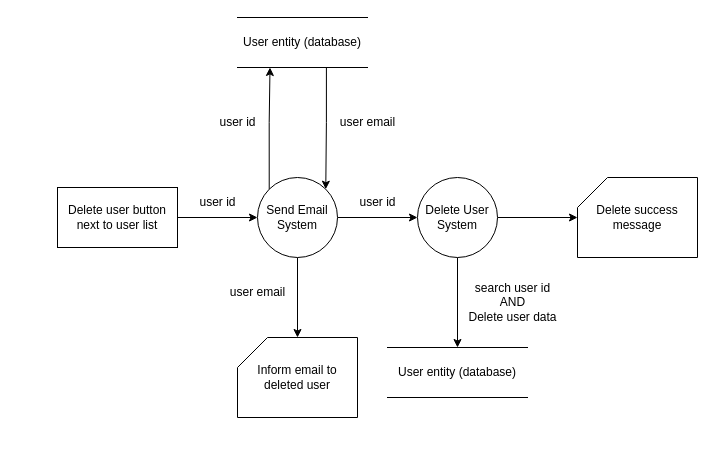
Earlier version of the draw.io diagram DFD/AdminDeleteUser.drawio (DonaldLamNL/buzzer). Source tidied: cells renumbered, new cells numbered last; positions are measured from the earlier drawing's top-left corner, leaving out a move shared by most shapes. Both pictures are drawn from the tidied source at 100%, with x=0, y=0 at pixel (57, 17).
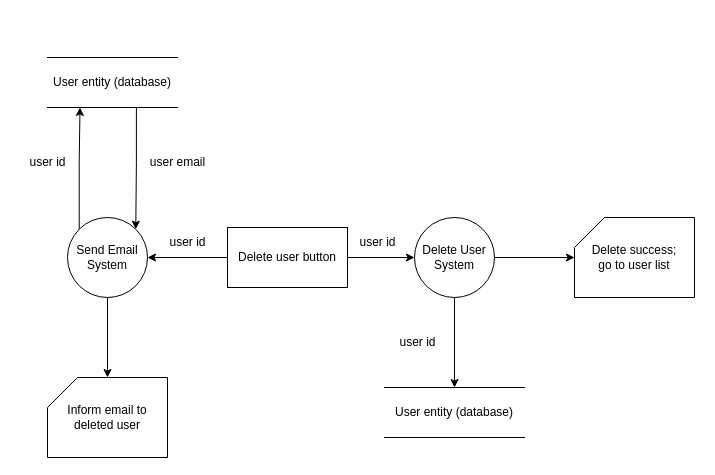
The same page after the edit.

Change to the diagram source:
```diff
@@
-    <mxCell id="2" style="edgeStyle=orthogonalEdgeStyle;rounded=0;jettySize=auto;html=1;exitX=1;exitY=0.5;exitDx=0;exitDy=0;entryX=0;entryY=0.5;entryDx=0;entryDy=0;" parent="1" edge="1" source="3" target="8">
-      <mxGeometry relative="1" as="geometry" />
-    </mxCell>
-    <mxCell id="3" value="Delete user button next to user list" style="rounded=0;whiteSpace=wrap;html=1;" parent="1" vertex="1">
-      <mxGeometry y="170" width="120" height="60" as="geometry" />
-    </mxCell>
@@
-    <mxCell id="6" style="edgeStyle=orthogonalEdgeStyle;rounded=0;jettySize=auto;html=1;exitX=1;exitY=0.5;exitDx=0;exitDy=0;entryX=0;entryY=0.5;entryDx=0;entryDy=0;" parent="1" edge="1" source="8" target="15">
+    <mxCell id="6" style="edgeStyle=orthogonalEdgeStyle;rounded=0;jettySize=auto;html=1;exitX=1;exitY=0.5;exitDx=0;exitDy=0;entryX=0;entryY=0.5;entryDx=0;entryDy=0;startArrow=none;" parent="1" edge="1" source="3" target="15">
       <mxGeometry relative="1" as="geometry" />
     </mxCell>
@@
     <mxCell id="8" value="Send Email System" style="ellipse;whiteSpace=wrap;html=1;" parent="1" vertex="1">
-      <mxGeometry x="200" y="160" width="80" height="80" as="geometry" />
+      <mxGeometry x="10" y="200" width="80" height="80" as="geometry" />
     </mxCell>
-    <mxCell id="9" value="Delete success message" style="shape=card;whiteSpace=wrap;html=1;" parent="1" vertex="1">
-      <mxGeometry x="520" y="160" width="120" height="80" as="geometry" />
+    <mxCell id="9" value="Delete success;&lt;br&gt;go to user list" style="shape=card;whiteSpace=wrap;html=1;" parent="1" vertex="1">
+      <mxGeometry x="517" y="200" width="120" height="80" as="geometry" />
     </mxCell>
     <mxCell id="10" value="User entity (database)" style="shape=partialRectangle;whiteSpace=wrap;html=1;left=0;right=0;fillColor=none;rounded=0;strokeColor=default;fontFamily=Helvetica;fontSize=12;fontColor=default;" parent="1" vertex="1">
-      <mxGeometry x="180" width="130" height="50" as="geometry" />
+      <mxGeometry x="-10" y="40" width="130" height="50" as="geometry" />
     </mxCell>
     <mxCell id="11" value="user id" style="text;html=1;align=center;verticalAlign=middle;strokeColor=none;fillColor=none;" parent="1" vertex="1">
-      <mxGeometry x="150" y="90" width="60" height="30" as="geometry" />
+      <mxGeometry x="-40" y="130" width="60" height="30" as="geometry" />
     </mxCell>
     <mxCell id="12" value="user email" style="text;html=1;align=center;verticalAlign=middle;strokeColor=none;fillColor=none;" parent="1" vertex="1">
-      <mxGeometry x="270" y="90" width="80" height="30" as="geometry" />
+      <mxGeometry x="80" y="130" width="80" height="30" as="geometry" />
     </mxCell>
@@
     <mxCell id="15" value="Delete User&lt;br&gt;System" style="ellipse;whiteSpace=wrap;html=1;" parent="1" vertex="1">
-      <mxGeometry x="360" y="160" width="80" height="80" as="geometry" />
+      <mxGeometry x="357" y="200" width="80" height="80" as="geometry" />
     </mxCell>
     <mxCell id="16" value="user id" style="text;html=1;align=center;verticalAlign=middle;strokeColor=none;fillColor=none;" parent="1" vertex="1">
-      <mxGeometry x="130" y="170" width="60" height="30" as="geometry" />
+      <mxGeometry x="290" y="210" width="60" height="30" as="geometry" />
     </mxCell>
-    <mxCell id="17" value="user email" style="text;html=1;align=center;verticalAlign=middle;strokeColor=none;fillColor=none;" parent="1" vertex="1">
-      <mxGeometry x="160" y="260" width="80" height="30" as="geometry" />
-    </mxCell>
     <mxCell id="18" value="Inform email to deleted user" style="shape=card;whiteSpace=wrap;html=1;" parent="1" vertex="1">
-      <mxGeometry x="180" y="320" width="120" height="80" as="geometry" />
+      <mxGeometry x="-10" y="360" width="120" height="80" as="geometry" />
     </mxCell>
     <mxCell id="19" value="user id" style="text;html=1;align=center;verticalAlign=middle;strokeColor=none;fillColor=none;" parent="1" vertex="1">
-      <mxGeometry x="290" y="170" width="60" height="30" as="geometry" />
+      <mxGeometry x="100" y="210" width="60" height="30" as="geometry" />
     </mxCell>
     <mxCell id="20" value="User entity (database)" style="shape=partialRectangle;whiteSpace=wrap;html=1;left=0;right=0;fillColor=none;rounded=0;strokeColor=default;fontFamily=Helvetica;fontSize=12;fontColor=default;" parent="1" vertex="1">
-      <mxGeometry x="330" y="330" width="140" height="50" as="geometry" />
+      <mxGeometry x="327" y="370" width="140" height="50" as="geometry" />
     </mxCell>
-    <mxCell id="21" value="search user id&lt;br&gt;AND&lt;br&gt;Delete user data" style="text;html=1;align=center;verticalAlign=middle;strokeColor=none;fillColor=none;" parent="1" vertex="1">
-      <mxGeometry x="400" y="255" width="110" height="60" as="geometry" />
+    <mxCell id="21" value="user id" style="text;html=1;align=center;verticalAlign=middle;strokeColor=none;fillColor=none;" parent="1" vertex="1">
+      <mxGeometry x="330" y="310" width="60" height="30" as="geometry" />
     </mxCell>
+    <mxCell id="2" style="edgeStyle=orthogonalEdgeStyle;rounded=0;jettySize=auto;html=1;exitX=0;exitY=0.5;exitDx=0;exitDy=0;entryX=1;entryY=0.5;entryDx=0;entryDy=0;" parent="1" edge="1" source="3" target="8">
+      <mxGeometry relative="1" as="geometry" />
+    </mxCell>
+    <mxCell id="3" value="Delete user button" style="rounded=0;whiteSpace=wrap;html=1;" parent="1" vertex="1">
+      <mxGeometry x="170" y="210" width="120" height="60" as="geometry" />
+    </mxCell>
```
